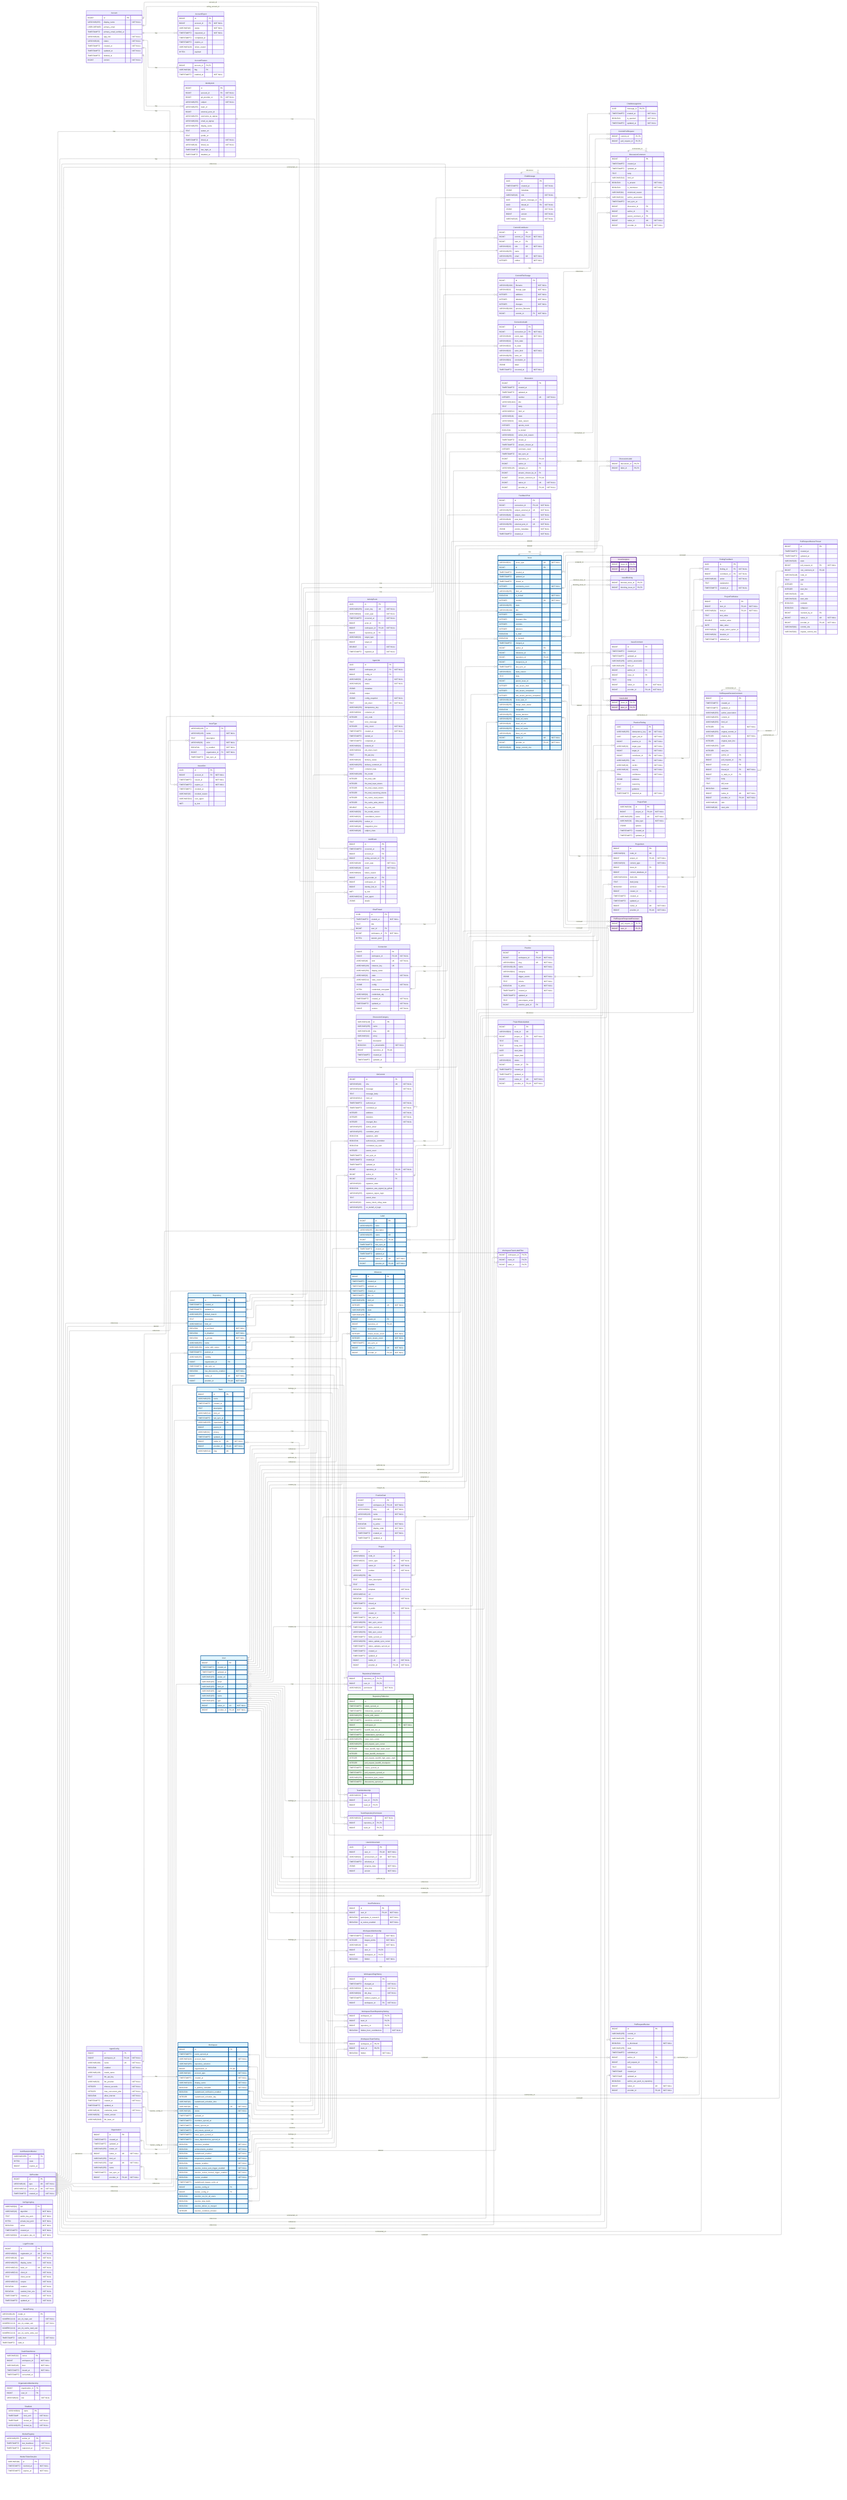
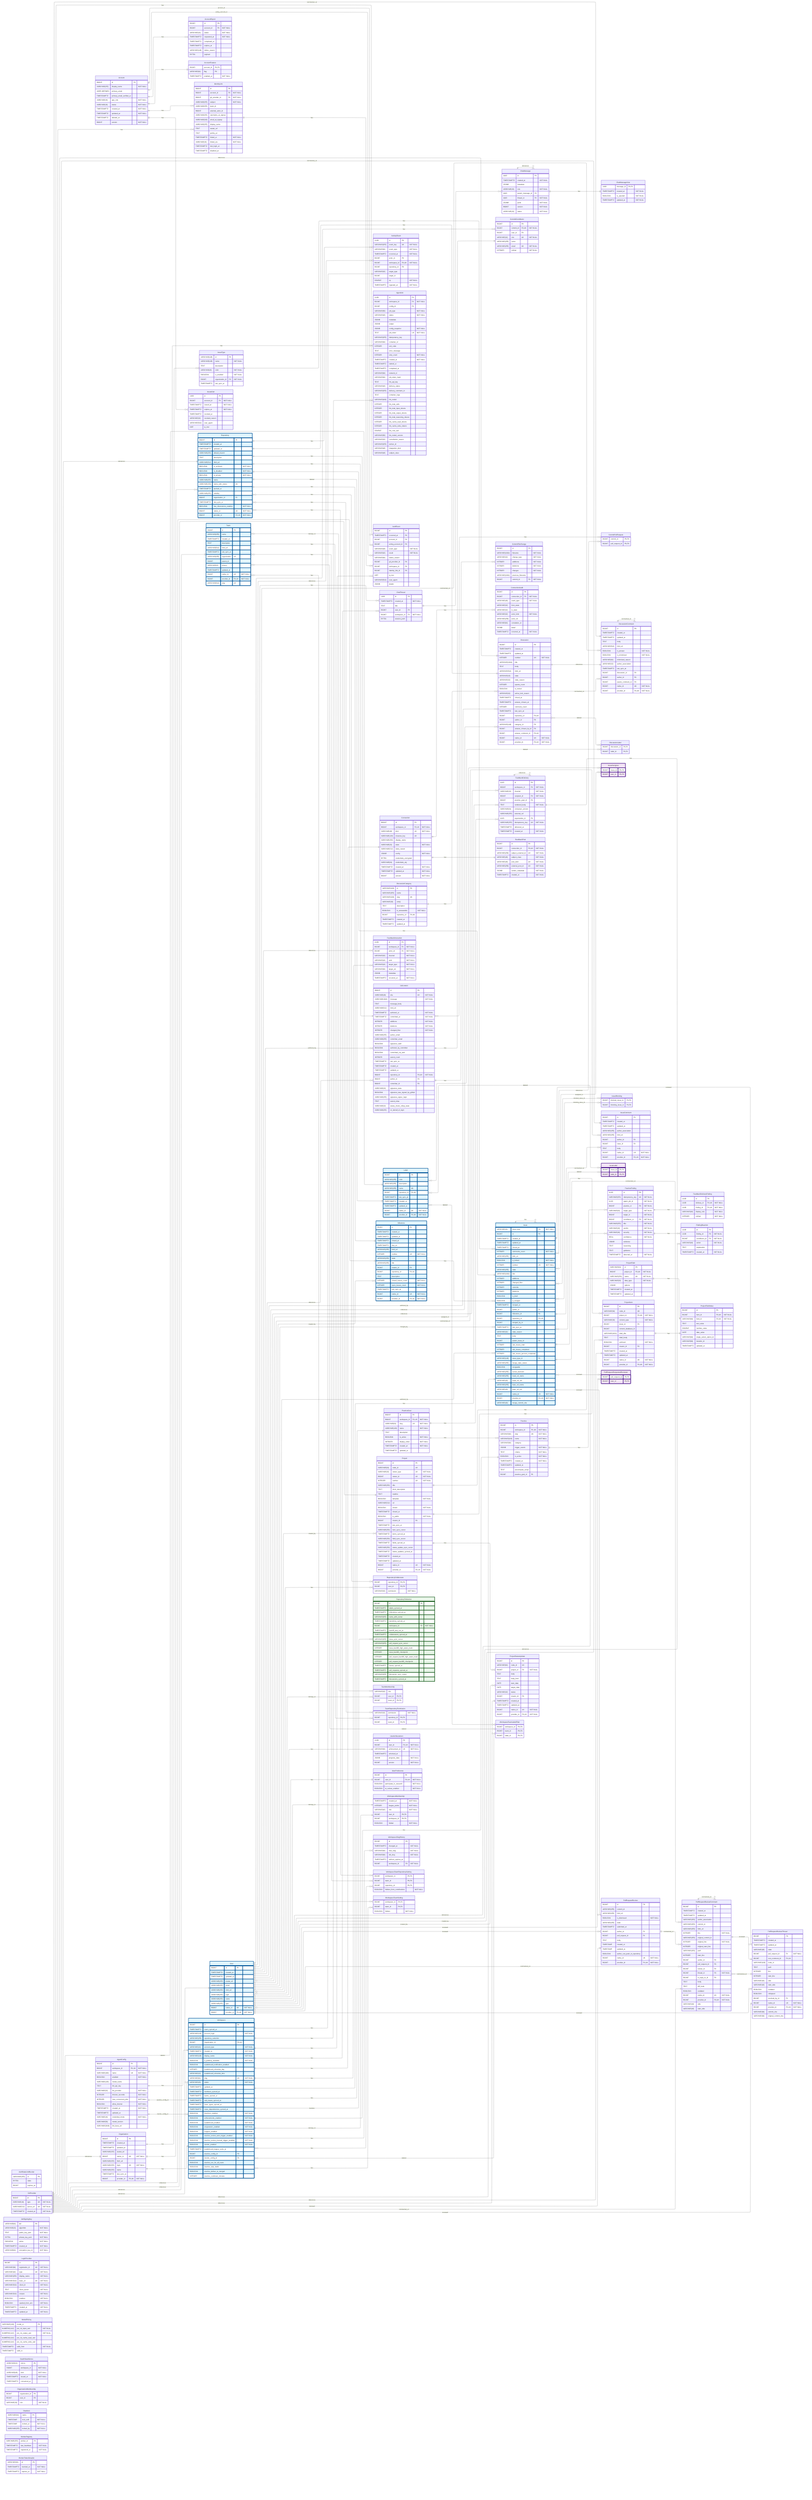
---
config:
    layout: elk
---
erDiagram
    %% Generated automatically from PostgreSQL database schema
    %% using scripts/generate-mermaid-erd.ts
    %% To regenerate: pnpm run db:generate-erd-docs

    direction LR

    Account {
        BIGINT id PK
        VARCHAR(255) display_name "NOT NULL"
        USER-DEFINED primary_email
        TIMESTAMPTZ primary_email_verified_at
        VARCHAR(16) app_role "NOT NULL"
        VARCHAR(16) status "NOT NULL"
        TIMESTAMPTZ created_at "NOT NULL"
        TIMESTAMPTZ updated_at "NOT NULL"
        TIMESTAMPTZ deleted_at
        BIGINT version "NOT NULL"
    }

    AccountExport {
        BIGINT id PK
        BIGINT account_id FK "NOT NULL"
        VARCHAR(16) status "NOT NULL"
        TIMESTAMPTZ requested_at "NOT NULL"
        TIMESTAMPTZ completed_at
        TIMESTAMPTZ expires_at
        VARCHAR(128) failure_reason
        BYTEA payload
    }

    AccountFeature {
        BIGINT account_id PK,FK
        VARCHAR(64) flag PK
        TIMESTAMPTZ enabled_at "NOT NULL"
    }

    ActivityEvent {
        UUID id PK
        VARCHAR(255) event_key UK "NOT NULL"
        VARCHAR(64) event_type "NOT NULL"
        TIMESTAMPTZ occurred_at "NOT NULL"
        BIGINT actor_id FK
        BIGINT workspace_id FK,UK "NOT NULL"
        BIGINT repository_id FK
        VARCHAR(32) target_type
        BIGINT target_id
        DOUBLE xp "NOT NULL"
        TIMESTAMPTZ ingested_at "NOT NULL"
    }

    AgentConfig {
        BIGINT id PK
        BIGINT workspace_id FK,UK "NOT NULL"
        VARCHAR(100) name UK "NOT NULL"
        BOOLEAN enabled "NOT NULL"
        VARCHAR(128) model_name
        TEXT llm_api_key
        VARCHAR(32) llm_provider "NOT NULL"
        INTEGER timeout_seconds "NOT NULL"
        INTEGER max_concurrent_jobs "NOT NULL"
        BOOLEAN allow_internet "NOT NULL"
        TIMESTAMPTZ created_at "NOT NULL"
        TIMESTAMPTZ updated_at
        VARCHAR(16) credential_mode "NOT NULL"
        VARCHAR(50) model_version
        VARCHAR(2048) llm_base_url
    }

    AgentJob {
        UUID id PK
        BIGINT workspace_id FK "NOT NULL"
        BIGINT config_id FK
        VARCHAR(50) job_type "NOT NULL"
        VARCHAR(20) status "NOT NULL"
        JSONB metadata
        JSONB output
        JSONB config_snapshot "NOT NULL"
        TEXT job_token UK "NOT NULL"
        VARCHAR(255) idempotency_key
        VARCHAR(64) container_id
        INTEGER exit_code
        TEXT error_message
        INTEGER retry_count "NOT NULL"
        TIMESTAMPTZ created_at "NOT NULL"
        TIMESTAMPTZ started_at
        TIMESTAMPTZ completed_at
        VARCHAR(64) network_id
        VARCHAR(64) job_token_hash
        TEXT llm_api_key
        VARCHAR(20) delivery_status
        VARCHAR(255) delivery_comment_id
        TEXT container_logs
        VARCHAR(100) llm_model
        INTEGER llm_total_calls
        INTEGER llm_total_input_tokens
        INTEGER llm_total_output_tokens
        INTEGER llm_total_reasoning_tokens
        INTEGER llm_cache_read_tokens
        INTEGER llm_cache_write_tokens
        DOUBLE llm_cost_usd
        VARCHAR(50) llm_model_version
        VARCHAR(32) cancellation_reason
        VARCHAR(255) worker_id
        VARCHAR(48) integration_kind
        VARCHAR(48) subject_class
    }

    AuthEvent {
        BIGINT id PK
        TIMESTAMPTZ occurred_at PK
        BIGINT account_id FK
        BIGINT acting_account_id FK
        VARCHAR(48) event_type "NOT NULL"
        VARCHAR(16) result "NOT NULL"
        VARCHAR(64) failure_reason
        BIGINT git_provider_id FK
        BIGINT workspace_id FK
        BIGINT identity_link_id FK
        INET ip_inet
        VARCHAR(512) user_agent
        JSONB details
    }

    AuthRateLimitBucket {
        VARCHAR(255) id PK
        BYTEA state
        BIGINT expires_at
    }

    ChatMessage {
        UUID id PK
        TIMESTAMPTZ created_at "NOT NULL"
        JSONB metadata
        VARCHAR(16) role "NOT NULL"
        UUID parent_message_id FK
        UUID thread_id FK "NOT NULL"
        JSONB parts "NOT NULL"
        BIGINT version "NOT NULL"
        VARCHAR(16) status "NOT NULL"
    }

    ChatMessageVote {
        UUID message_id PK,FK
        TIMESTAMPTZ created_at "NOT NULL"
        BOOLEAN is_upvoted "NOT NULL"
        TIMESTAMPTZ updated_at "NOT NULL"
    }

    ChatThread {
        UUID id PK
        TIMESTAMPTZ created_at "NOT NULL"
        TEXT title
        BIGINT user_id FK
        BIGINT workspace_id FK "NOT NULL"
        BYTEA session_jsonl
    }

    CommitContributor {
        BIGINT id PK
        BIGINT commit_id FK,UK "NOT NULL"
        BIGINT user_id FK
        VARCHAR(32) role UK "NOT NULL"
        VARCHAR(255) name
        VARCHAR(255) email UK "NOT NULL"
        INTEGER ordinal "NOT NULL"
    }

    CommitFileChange {
        BIGINT id PK
        VARCHAR(1024) filename "NOT NULL"
        VARCHAR(32) change_type "NOT NULL"
        INTEGER additions "NOT NULL"
        INTEGER deletions "NOT NULL"
        INTEGER changes "NOT NULL"
        VARCHAR(1024) previous_filename
        BIGINT commit_id FK "NOT NULL"
    }

    CommitPullRequest {
        BIGINT commit_id PK,FK
        BIGINT pull_request_id PK,FK
    }

    Connection {
        BIGINT id PK
        BIGINT workspace_id FK,UK "NOT NULL"
        VARCHAR(48) kind UK "NOT NULL"
        VARCHAR(128) instance_key UK
        VARCHAR(256) display_name
        VARCHAR(32) state "NOT NULL"
        VARCHAR(512) state_reason
        JSONB config "NOT NULL"
        BYTEA credentials_encrypted
        VARCHAR(64) credentials_alg
        TIMESTAMPTZ created_at "NOT NULL"
        TIMESTAMPTZ updated_at "NOT NULL"
        BIGINT version "NOT NULL"
    }

    ConnectionAudit {
        BIGINT id PK
        BIGINT connection_id FK "NOT NULL"
        VARCHAR(48) event_type "NOT NULL"
        VARCHAR(32) from_state
        VARCHAR(32) to_state
        VARCHAR(32) actor_kind "NOT NULL"
        VARCHAR(256) actor_ref
        VARCHAR(64) correlation_id
        JSONB detail
        TIMESTAMPTZ occurred_at "NOT NULL"
    }

    Discussion {
        BIGINT id PK
        TIMESTAMPTZ created_at
        TIMESTAMPTZ updated_at
        INTEGER number UK "NOT NULL"
        VARCHAR(1024) title
        TEXT body
        VARCHAR(512) html_url
        VARCHAR(16) state
        VARCHAR(32) state_reason
        INTEGER upvote_count
        BOOLEAN is_locked
        VARCHAR(32) active_lock_reason
        TIMESTAMPTZ closed_at
        TIMESTAMPTZ answer_chosen_at
        INTEGER comment_count
        TIMESTAMPTZ last_sync_at
        BIGINT repository_id FK,UK
        BIGINT author_id FK
        VARCHAR(128) category_id FK
        BIGINT answer_chosen_by_id FK
        BIGINT answer_comment_id FK,UK
        BIGINT native_id UK "NOT NULL"
        BIGINT provider_id FK,UK "NOT NULL"
    }

    DiscussionCategory {
        VARCHAR(128) id PK
        VARCHAR(255) name
        VARCHAR(128) slug UK
        VARCHAR(32) emoji
        TEXT description
        BOOLEAN is_answerable "NOT NULL"
        BIGINT repository_id FK,UK
        TIMESTAMPTZ created_at
        TIMESTAMPTZ updated_at
    }

    DiscussionComment {
        BIGINT id PK
        TIMESTAMPTZ created_at
        TIMESTAMPTZ updated_at
        TEXT body
        VARCHAR(512) html_url
        BOOLEAN is_answer "NOT NULL"
        BOOLEAN is_minimized "NOT NULL"
        VARCHAR(64) minimized_reason
        VARCHAR(32) author_association
        TIMESTAMPTZ last_sync_at
        BIGINT discussion_id FK
        BIGINT author_id FK
        BIGINT parent_comment_id FK
        BIGINT native_id UK "NOT NULL"
        BIGINT provider_id FK,UK "NOT NULL"
    }

    DiscussionLabel {
        BIGINT discussion_id PK,FK
        BIGINT label_id PK,FK
    }

+     FeedbackDelivery {
+         UUID id PK
+         BIGINT workspace_id FK "NOT NULL"
+         VARCHAR(32) channel "NOT NULL"
+         BIGINT recipient_id FK "NOT NULL"
+         BIGINT practice_goal_id FK
+         TEXT rendered_body "NOT NULL"
+         VARCHAR(64) composer_version
+         VARCHAR(255) external_ref
+         UUID supersedes_id FK
+         VARCHAR(255) idempotency_key UK "NOT NULL"
+         TIMESTAMPTZ delivered_at
+         TIMESTAMPTZ created_at "NOT NULL"
+     }
+ 
+     FeedbackDeliveryFinding {
+         UUID id PK
+         UUID delivery_id FK,UK "NOT NULL"
+         UUID finding_id FK,UK "NOT NULL"
+         VARCHAR(16) display_role "NOT NULL"
+         INTEGER ordinal "NOT NULL"
+     }
+ 
+     FeedbackInteraction {
+         UUID id PK
+         BIGINT workspace_id FK "NOT NULL"
+         BIGINT actor_id FK "NOT NULL"
+         VARCHAR(32) channel "NOT NULL"
+         VARCHAR(24) verb "NOT NULL"
+         VARCHAR(24) target_type "NOT NULL"
+         VARCHAR(64) target_ref "NOT NULL"
+         JSONB metadata
+         TIMESTAMPTZ occurred_at "NOT NULL"
+     }
+ 
    FeedbackPost {
        BIGINT id PK
        BIGINT connection_id FK,UK "NOT NULL"
        VARCHAR(256) subject_external_id UK "NOT NULL"
        VARCHAR(48) subject_class "NOT NULL"
        VARCHAR(48) post_kind UK "NOT NULL"
        VARCHAR(256) external_post_id UK "NOT NULL"
        JSONB vendor_metadata "NOT NULL"
        TIMESTAMPTZ created_at "NOT NULL"
    }

-     FindingFeedback {
+     FindingReaction {
        UUID id PK
        UUID finding_id FK "NOT NULL"
        BIGINT contributor_id FK "NOT NULL"
        VARCHAR(16) action "NOT NULL"
        TEXT explanation
        TIMESTAMPTZ created_at "NOT NULL"
    }

    GitCommit {
        BIGINT id PK
        VARCHAR(40) sha UK "NOT NULL"
        VARCHAR(1024) message "NOT NULL"
        TEXT message_body
        VARCHAR(512) html_url
        TIMESTAMPTZ authored_at "NOT NULL"
        TIMESTAMPTZ committed_at "NOT NULL"
        INTEGER additions "NOT NULL"
        INTEGER deletions "NOT NULL"
        INTEGER changed_files "NOT NULL"
        VARCHAR(255) author_email
        VARCHAR(255) committer_email
        BOOLEAN signature_valid
        BOOLEAN authored_by_committer
        BOOLEAN committed_via_web
        INTEGER parent_count
        TIMESTAMPTZ last_sync_at
        TIMESTAMPTZ created_at
        TIMESTAMPTZ updated_at
        BIGINT repository_id FK,UK "NOT NULL"
        BIGINT author_id FK
        BIGINT committer_id FK
        VARCHAR(32) signature_state
        BOOLEAN signature_was_signed_by_github
        VARCHAR(255) signature_signer_login
        TEXT parent_shas
        VARCHAR(32) status_check_rollup_state
        VARCHAR(255) on_behalf_of_login
    }

    GitProvider {
        BIGINT id PK
        VARCHAR(10) type UK "NOT NULL"
        VARCHAR(512) server_url UK "NOT NULL"
        TIMESTAMPTZ created_at "NOT NULL"
    }

    IdentityLink {
        BIGINT id PK
        BIGINT account_id FK "NOT NULL"
        BIGINT git_provider_id FK "NOT NULL"
        VARCHAR(255) subject "NOT NULL"
        VARCHAR(255) team_id
        BIGINT external_actor_id
        VARCHAR(255) username_at_signup
        VARCHAR(320) email_at_signup
        VARCHAR(255) display_name
        TEXT avatar_url
        TEXT profile_url
        TIMESTAMPTZ linked_at "NOT NULL"
        VARCHAR(16) linked_via "NOT NULL"
        TIMESTAMPTZ last_login_at
        TIMESTAMPTZ disabled_at
    }

    Issue {
        VARCHAR(31) issue_type UK "NOT NULL"
        BIGINT id PK
        TIMESTAMPTZ created_at
        TIMESTAMPTZ updated_at
        TIMESTAMPTZ closed_at
        INTEGER comments_count "NOT NULL"
        VARCHAR(255) html_url
        BOOLEAN is_locked "NOT NULL"
        INTEGER number UK "NOT NULL"
        VARCHAR(255) state
        VARCHAR(1024) title
        INTEGER additions
        INTEGER changed_files
        INTEGER commits
        INTEGER deletions
        BOOLEAN is_draft
        BOOLEAN is_merged
        TIMESTAMPTZ merged_at
        BIGINT author_id FK
        BIGINT milestone_id FK
        BIGINT repository_id FK,UK
        BIGINT merged_by_id FK
        TIMESTAMPTZ last_sync_at
        VARCHAR(32) state_reason
        TEXT body
        BIGINT parent_issue_id FK
        INTEGER sub_issues_total
        INTEGER sub_issues_completed
        INTEGER sub_issues_percent_completed
        VARCHAR(128) issue_type_id FK
        VARCHAR(255) merge_state_status
        BOOLEAN mergeable
        VARCHAR(255) review_decision
        VARCHAR(255) head_ref_name
        VARCHAR(40) head_ref_oid
        VARCHAR(255) base_ref_name
        VARCHAR(40) base_ref_oid
        BIGINT native_id UK "NOT NULL"
        BIGINT provider_id FK,UK "NOT NULL"
        VARCHAR(40) merge_commit_sha
    }

    IssueAssignee {
        BIGINT issue_id PK,FK
        BIGINT user_id PK,FK
    }

    IssueBlocking {
        BIGINT blocked_issue_id PK,FK
        BIGINT blocking_issue_id PK,FK
    }

    IssueComment {
        BIGINT id PK
        TIMESTAMPTZ created_at
        TIMESTAMPTZ updated_at
        VARCHAR(255) author_association
        VARCHAR(255) html_url
        BIGINT author_id FK
        BIGINT issue_id FK
        TEXT body
        BIGINT native_id UK "NOT NULL"
        BIGINT provider_id FK,UK "NOT NULL"
    }

    IssueLabel {
        BIGINT issue_id PK,FK
        BIGINT label_id PK,FK
    }

    IssueType {
        VARCHAR(128) id PK
        VARCHAR(128) name "NOT NULL"
        TEXT description
        VARCHAR(20) color "NOT NULL"
        BOOLEAN is_enabled "NOT NULL"
        BIGINT organization_id FK "NOT NULL"
        TIMESTAMPTZ last_sync_at
    }

    IssuedJwt {
        UUID jti PK
        BIGINT account_id FK "NOT NULL"
        TIMESTAMPTZ issued_at "NOT NULL"
        TIMESTAMPTZ expires_at "NOT NULL"
        TIMESTAMPTZ revoked_at
        VARCHAR(32) revoked_reason
        VARCHAR(512) user_agent
        INET ip_inet
    }

    JwtSigningKey {
        VARCHAR(64) kid PK
        VARCHAR(16) algorithm "NOT NULL"
        TEXT public_key_pem "NOT NULL"
        BYTEA private_key_pem "NOT NULL"
        BOOLEAN active "NOT NULL"
        TIMESTAMPTZ created_at "NOT NULL"
        VARCHAR(64) encryption_key_id "NOT NULL"
    }

    Label {
        BIGINT id PK
        VARCHAR(255) color
        VARCHAR(255) description
        VARCHAR(255) name UK
        BIGINT repository_id FK,UK
        TIMESTAMPTZ last_sync_at
        TIMESTAMPTZ created_at
        TIMESTAMPTZ updated_at
        BIGINT native_id UK "NOT NULL"
        BIGINT provider_id FK,UK "NOT NULL"
    }

    LoginProvider {
        BIGINT id PK
        VARCHAR(64) registration_id UK "NOT NULL"
        VARCHAR(10) type UK "NOT NULL"
        VARCHAR(255) display_name "NOT NULL"
        VARCHAR(512) base_url UK "NOT NULL"
        VARCHAR(512) client_id "NOT NULL"
        TEXT client_secret "NOT NULL"
        VARCHAR(512) scopes "NOT NULL"
        BOOLEAN enabled "NOT NULL"
        BOOLEAN seeded_from_env "NOT NULL"
        TIMESTAMPTZ created_at "NOT NULL"
        TIMESTAMPTZ updated_at "NOT NULL"
    }

    Milestone {
        BIGINT id PK
        TIMESTAMPTZ created_at
        TIMESTAMPTZ updated_at
        TIMESTAMPTZ closed_at
        TIMESTAMPTZ due_on
        VARCHAR(255) html_url
        INTEGER number UK "NOT NULL"
        VARCHAR(255) state
        VARCHAR(255) title
        BIGINT creator_id FK
        BIGINT repository_id FK,UK
        TEXT description
        INTEGER closed_issues_count "NOT NULL"
        INTEGER open_issues_count "NOT NULL"
        TIMESTAMPTZ last_sync_at
        BIGINT native_id UK "NOT NULL"
        BIGINT provider_id FK,UK "NOT NULL"
    }

    ModelPricing {
        VARCHAR(128) model_id PK
        NUMERIC(12,6) per_1k_input_usd "NOT NULL"
        NUMERIC(12,6) per_1k_output_usd "NOT NULL"
        NUMERIC(12,6) per_1k_cache_read_usd
        NUMERIC(12,6) per_1k_cache_write_usd
        TIMESTAMPTZ valid_from "NOT NULL"
        TIMESTAMPTZ valid_to
    }

    OauthStateNonce {
        VARCHAR(32) nonce PK
        BIGINT workspace_id "NOT NULL"
        VARCHAR(48) kind "NOT NULL"
        TIMESTAMPTZ issued_at "NOT NULL"
        TIMESTAMPTZ consumed_at
    }

    Organization {
        BIGINT id PK
        TIMESTAMPTZ created_at
        TIMESTAMPTZ updated_at
        VARCHAR(255) avatar_url
        BIGINT native_id UK "NOT NULL"
        VARCHAR(255) html_url
        VARCHAR(255) login UK "NOT NULL"
        VARCHAR(255) name
        TIMESTAMPTZ last_sync_at
        BIGINT provider_id FK,UK "NOT NULL"
    }

    OrganizationMembership {
        BIGINT organization_id PK
        BIGINT user_id PK
        VARCHAR(32) role "NOT NULL"
    }

    Practice {
        BIGINT id PK
        BIGINT workspace_id FK,UK "NOT NULL"
        VARCHAR(64) slug UK "NOT NULL"
        VARCHAR(128) name "NOT NULL"
        VARCHAR(64) category
        JSONB trigger_events "NOT NULL"
        TEXT criteria "NOT NULL"
        BOOLEAN is_active "NOT NULL"
        TIMESTAMPTZ created_at "NOT NULL"
        TIMESTAMPTZ updated_at
        TEXT precompute_script
        BIGINT practice_goal_id FK
    }

    PracticeFinding {
        UUID id PK
        VARCHAR(255) idempotency_key UK "NOT NULL"
        UUID agent_job_id "NOT NULL"
        BIGINT practice_id FK "NOT NULL"
        VARCHAR(32) target_type "NOT NULL"
        BIGINT target_id "NOT NULL"
        BIGINT contributor_id FK "NOT NULL"
        VARCHAR(255) title "NOT NULL"
        VARCHAR(16) verdict "NOT NULL"
        VARCHAR(16) severity "NOT NULL"
        REAL confidence "NOT NULL"
        JSONB evidence
        TEXT reasoning
        TEXT guidance
        TIMESTAMPTZ detected_at "NOT NULL"
    }

    PracticeGoal {
        BIGINT id PK
        BIGINT workspace_id FK,UK "NOT NULL"
        VARCHAR(64) slug UK "NOT NULL"
        VARCHAR(128) name "NOT NULL"
        TEXT description
        BOOLEAN is_active "NOT NULL"
        INTEGER display_order "NOT NULL"
        TIMESTAMPTZ created_at "NOT NULL"
        TIMESTAMPTZ updated_at
    }

    Project {
        BIGINT id PK
        VARCHAR(64) node_id UK
        VARCHAR(32) owner_type UK "NOT NULL"
        BIGINT owner_id UK "NOT NULL"
        INTEGER number UK "NOT NULL"
        VARCHAR(256) title
        TEXT short_description
        TEXT readme
        BOOLEAN template "NOT NULL"
        VARCHAR(512) url
        BOOLEAN closed "NOT NULL"
        TIMESTAMPTZ closed_at
        BOOLEAN is_public "NOT NULL"
        BIGINT creator_id FK
        TIMESTAMPTZ last_sync_at
        VARCHAR(256) item_sync_cursor
        TIMESTAMPTZ items_synced_at
        VARCHAR(256) field_sync_cursor
        TIMESTAMPTZ fields_synced_at
        VARCHAR(256) status_update_sync_cursor
        TIMESTAMPTZ status_updates_synced_at
        TIMESTAMPTZ created_at
        TIMESTAMPTZ updated_at
        BIGINT native_id UK "NOT NULL"
        BIGINT provider_id FK,UK "NOT NULL"
    }

    ProjectField {
        VARCHAR(64) id PK
        BIGINT project_id FK,UK "NOT NULL"
        VARCHAR(256) name UK "NOT NULL"
        VARCHAR(32) data_type "NOT NULL"
        JSONB options
        TIMESTAMPTZ created_at
        TIMESTAMPTZ updated_at
    }

    ProjectFieldValue {
        BIGINT id PK
        BIGINT item_id FK,UK "NOT NULL"
        VARCHAR(64) field_id FK,UK "NOT NULL"
        TEXT text_value
        DOUBLE number_value
        DATE date_value
        VARCHAR(64) single_select_option_id
        VARCHAR(64) iteration_id
        TIMESTAMPTZ updated_at
    }

    ProjectItem {
        BIGINT id PK
        VARCHAR(64) node_id UK
        BIGINT project_id FK,UK "NOT NULL"
        VARCHAR(32) content_type "NOT NULL"
        BIGINT issue_id FK
        BIGINT content_database_id
        VARCHAR(1024) draft_title
        TEXT draft_body
        BOOLEAN archived "NOT NULL"
        BIGINT creator_id FK
        TIMESTAMPTZ created_at
        TIMESTAMPTZ updated_at
        BIGINT native_id UK "NOT NULL"
        BIGINT provider_id FK,UK "NOT NULL"
    }

    ProjectStatusUpdate {
        BIGINT id PK
        VARCHAR(64) node_id UK
        BIGINT project_id FK "NOT NULL"
        TEXT body
        TEXT body_html
        DATE start_date
        DATE target_date
        VARCHAR(32) status
        BIGINT creator_id FK
        TIMESTAMPTZ created_at
        TIMESTAMPTZ updated_at
        BIGINT native_id UK "NOT NULL"
        BIGINT provider_id FK,UK "NOT NULL"
    }

    PullRequestRequestedReviewer {
        BIGINT pull_request_id PK,FK
        BIGINT user_id PK,FK
    }

    PullRequestReview {
        BIGINT id PK
        VARCHAR(255) commit_id
        VARCHAR(255) html_url
        BOOLEAN is_dismissed "NOT NULL"
        VARCHAR(255) state
        TIMESTAMPTZ submitted_at
        BIGINT author_id FK
        BIGINT pull_request_id FK
        TEXT body
        TIMESTAMP created_at
        TIMESTAMP updated_at
        BOOLEAN author_can_push_to_repository
        BIGINT native_id UK "NOT NULL"
        BIGINT provider_id FK,UK "NOT NULL"
    }

    PullRequestReviewComment {
        BIGINT id PK
        TIMESTAMPTZ created_at
        TIMESTAMPTZ updated_at
        VARCHAR(255) author_association
        VARCHAR(255) commit_id
        VARCHAR(255) html_url
        INTEGER line "NOT NULL"
        VARCHAR(255) original_commit_id
        INTEGER original_line "NOT NULL"
        INTEGER original_start_line
        VARCHAR(255) path
        INTEGER start_line
        BIGINT author_id FK
        BIGINT pull_request_id FK
        BIGINT review_id FK
        BIGINT thread_id FK "NOT NULL"
        BIGINT in_reply_to_id FK
        TEXT body
        TEXT diff_hunk
        BOOLEAN outdated
        BIGINT native_id UK "NOT NULL"
        BIGINT provider_id FK,UK "NOT NULL"
        VARCHAR(16) side
        VARCHAR(16) start_side
    }

    PullRequestReviewThread {
        BIGINT id PK
        TIMESTAMPTZ created_at
        TIMESTAMPTZ updated_at
        VARCHAR(20) state
        BIGINT pull_request_id FK "NOT NULL"
        BIGINT root_comment_id FK,UK
        VARCHAR(128) node_id
        TEXT path
        INTEGER line
        INTEGER start_line
        VARCHAR(16) side
        VARCHAR(16) start_side
        BOOLEAN outdated
        BOOLEAN collapsed
        BIGINT resolved_by_id FK
        BIGINT native_id UK "NOT NULL"
        BIGINT provider_id FK,UK "NOT NULL"
        VARCHAR(64) commit_sha
        VARCHAR(64) original_commit_sha
    }

    Repository {
        BIGINT id PK
        TIMESTAMPTZ created_at
        TIMESTAMPTZ updated_at
        VARCHAR(255) default_branch
        TEXT description
        VARCHAR(512) html_url
        BOOLEAN is_archived "NOT NULL"
        BOOLEAN is_disabled "NOT NULL"
        BOOLEAN is_private "NOT NULL"
        VARCHAR(255) name
        VARCHAR(150) name_with_owner UK
        TIMESTAMPTZ pushed_at
        VARCHAR(255) visibility
        BIGINT organization_id FK
        TIMESTAMPTZ last_sync_at
        BOOLEAN has_discussions_enabled "NOT NULL"
        BIGINT native_id UK "NOT NULL"
        BIGINT provider_id FK,UK "NOT NULL"
    }

    RepositoryCollaborator {
        BIGINT repository_id PK,FK
        BIGINT user_id PK,FK
        VARCHAR(32) permission "NOT NULL"
    }

    RepositoryToMonitor {
        BIGINT id PK
        TIMESTAMPTZ labels_synced_at
        TIMESTAMPTZ milestones_synced_at
        VARCHAR(255) name_with_owner
        TIMESTAMPTZ repository_synced_at
        BIGINT workspace_id FK "NOT NULL"
        TIMESTAMPTZ backfill_last_run_at
        TIMESTAMPTZ collaborators_synced_at
        VARCHAR(255) issue_sync_cursor
        VARCHAR(255) pull_request_sync_cursor
        INTEGER issue_backfill_high_water_mark
        INTEGER issue_backfill_checkpoint
        INTEGER pull_request_backfill_high_water_mark
        INTEGER pull_request_backfill_checkpoint
        TIMESTAMPTZ issues_synced_at
        TIMESTAMPTZ pull_requests_synced_at
        VARCHAR(255) discussion_sync_cursor
        TIMESTAMPTZ discussions_synced_at
    }

    Shedlock {
        VARCHAR(64) name PK
        TIMESTAMP lock_until "NOT NULL"
        TIMESTAMP locked_at "NOT NULL"
        VARCHAR(255) locked_by "NOT NULL"
    }

    Team {
        BIGINT id PK
        VARCHAR(255) name
        TIMESTAMPTZ created_at
        TEXT description
        VARCHAR(512) html_url
        TIMESTAMPTZ last_sync_at
        VARCHAR(255) organization UK
        BIGINT parent_id
        VARCHAR(32) privacy
        TIMESTAMPTZ updated_at
        BIGINT native_id UK "NOT NULL"
        BIGINT provider_id FK,UK "NOT NULL"
        VARCHAR(512) slug UK
    }

    TeamMembership {
        VARCHAR(32) role
        BIGINT user_id PK,FK
        BIGINT team_id PK,FK
    }

    TeamRepositoryPermission {
        VARCHAR(32) permission "NOT NULL"
        BIGINT repository_id PK,FK
        BIGINT team_id PK,FK
    }

    User {
        BIGINT id PK
        TIMESTAMPTZ created_at
        TIMESTAMPTZ updated_at
        VARCHAR(255) avatar_url
        VARCHAR(255) email
        VARCHAR(255) html_url
        VARCHAR(255) login
        VARCHAR(255) name
        VARCHAR(255) type
        BIGINT native_id UK "NOT NULL"
        BIGINT provider_id FK,UK "NOT NULL"
    }

    UserAchievement {
        UUID id PK
        BIGINT user_id FK,UK "NOT NULL"
        VARCHAR(64) achievement_id UK "NOT NULL"
        TIMESTAMPTZ unlocked_at
        JSONB progress_data "NOT NULL"
        BIGINT version "NOT NULL"
    }

    UserPreference {
        BIGINT id PK
        BIGINT user_id FK,UK "NOT NULL"
        BOOLEAN participate_in_research "NOT NULL"
        BOOLEAN ai_review_enabled "NOT NULL"
    }

    WorkerRegistry {
        VARCHAR(255) worker_id PK
        TIMESTAMPTZ last_heartbeat "NOT NULL"
        TIMESTAMPTZ registered_at "NOT NULL"
    }

    WorkerTokenDenylist {
        VARCHAR(64) jti PK
        TIMESTAMPTZ revoked_at "NOT NULL"
        TIMESTAMPTZ expires_at "NOT NULL"
    }

    Workspace {
        BIGINT id PK
        TIMESTAMPTZ users_synced_at
        VARCHAR(120) account_login "NOT NULL"
        VARCHAR(255) repository_selection
        BIGINT organization_id FK,UK
        VARCHAR(10) account_type "NOT NULL"
        TIMESTAMPTZ created_at "NOT NULL"
        VARCHAR(120) display_name "NOT NULL"
        BOOLEAN is_publicly_viewable "NOT NULL"
        BOOLEAN leaderboard_notification_enabled
        INTEGER leaderboard_schedule_day
        VARCHAR(10) leaderboard_schedule_time
        VARCHAR(64) slug UK "NOT NULL"
        VARCHAR(20) status "NOT NULL"
        TIMESTAMPTZ updated_at
        TIMESTAMPTZ members_synced_at
        TIMESTAMPTZ teams_synced_at
        TIMESTAMPTZ sub_issues_synced_at
        TIMESTAMPTZ issue_types_synced_at
        TIMESTAMPTZ issue_dependencies_synced_at
        BOOLEAN practices_enabled "NOT NULL"
        BOOLEAN achievements_enabled "NOT NULL"
        BOOLEAN leaderboard_enabled "NOT NULL"
        BOOLEAN progression_enabled "NOT NULL"
        BOOLEAN leagues_enabled "NOT NULL"
        BOOLEAN practice_review_auto_trigger_enabled "NOT NULL"
        BOOLEAN practice_review_manual_trigger_enabled "NOT NULL"
        BOOLEAN mentor_enabled "NOT NULL"
        TIMESTAMPTZ leaderboard_league_cycle_at
        BIGINT practice_config_id FK
        BIGINT mentor_config_id FK
        BOOLEAN practice_run_for_all_users
        BOOLEAN practice_skip_drafts
        BOOLEAN practice_deliver_to_merged
        INTEGER practice_cooldown_minutes
    }

    WorkspaceMembership {
        TIMESTAMPTZ created_at "NOT NULL"
        INTEGER league_points "NOT NULL"
        VARCHAR(16) role "NOT NULL"
        BIGINT user_id PK,FK
        BIGINT workspace_id PK,FK
        BOOLEAN hidden "NOT NULL"
    }

    WorkspaceSlugHistory {
        BIGINT id PK
        TIMESTAMPTZ changed_at "NOT NULL"
        VARCHAR(64) new_slug "NOT NULL"
        VARCHAR(64) old_slug "NOT NULL"
        TIMESTAMPTZ redirect_expires_at
        BIGINT workspace_id FK "NOT NULL"
    }

    WorkspaceTeamLabelFilter {
        BIGINT workspace_id PK,FK
        BIGINT team_id PK,FK
        BIGINT label_id PK,FK
    }

    WorkspaceTeamRepositorySetting {
        BIGINT workspace_id PK,FK
        BIGINT team_id PK,FK
        BIGINT repository_id PK,FK
        BOOLEAN hidden_from_contributions "NOT NULL"
    }

    WorkspaceTeamSetting {
        BIGINT workspace_id PK,FK
        BIGINT team_id PK,FK
        BOOLEAN hidden "NOT NULL"
    }

    %% Relationships
    %% One-to-One relationships
    Account ||--|| AccountFeature : has
    Workspace ||--|| ActivityEvent : has
    Workspace ||--|| AgentConfig : has
    ChatMessage ||--|| ChatMessageVote : has
    GitCommit ||--|| CommitContributor : has
    Workspace ||--|| Connection : has
    Repository ||--|| Discussion : has
    DiscussionComment ||--|| Discussion : references
    GitProvider ||--|| Discussion : references
    Repository ||--|| DiscussionCategory : has
    GitProvider ||--|| DiscussionComment : commented_on
+     FeedbackDelivery ||--|| FeedbackDeliveryFinding : has
+     PracticeFinding ||--|| FeedbackDeliveryFinding : has
    Connection ||--|| FeedbackPost : has
    Repository ||--|| GitCommit : has
    Repository ||--|| Issue : has
    GitProvider ||--|| Issue : references
    GitProvider ||--|| IssueComment : commented_on
    Repository ||--|| Label : labeled
    GitProvider ||--|| Label : labeled
    Repository ||--|| Milestone : has
    GitProvider ||--|| Milestone : references
    GitProvider ||--|| Organization : references
    Workspace ||--|| Practice : has
    Workspace ||--|| PracticeGoal : has
    GitProvider ||--|| Project : references
    Project ||--|| ProjectField : has
    ProjectItem ||--|| ProjectFieldValue : has
    ProjectField ||--|| ProjectFieldValue : has
    Project ||--|| ProjectItem : has
    GitProvider ||--|| ProjectItem : references
    GitProvider ||--|| ProjectStatusUpdate : references
    GitProvider ||--|| PullRequestReview : reviewed
    GitProvider ||--|| PullRequestReviewComment : commented_on
    PullRequestReviewComment ||--|| PullRequestReviewThread : reviewed
    GitProvider ||--|| PullRequestReviewThread : reviewed
    GitProvider ||--|| Repository : references
    GitProvider ||--|| Team : references
    GitProvider ||--|| User : references
    User ||--|| UserAchievement : has
    User ||--|| UserPreference : has
    Organization ||--|| Workspace : has
    User ||--|| WorkspaceMembership : belongs_to
    Workspace ||--|| WorkspaceMembership : belongs_to

    %% One-to-Many relationships
    Account ||--o{ AccountExport : has
    User ||--o{ ActivityEvent : references
    Repository ||--o{ ActivityEvent : has
    Workspace ||--o{ AgentJob : has
    AgentConfig ||--o{ AgentJob : has
    Account ||--o{ AuthEvent : account_id
    Account ||--o{ AuthEvent : acting_account_id
    GitProvider ||--o{ AuthEvent : has
    Workspace ||--o{ AuthEvent : has
    IdentityLink ||--o{ AuthEvent : has
    ChatMessage ||--o{ ChatMessage : references
    ChatThread ||--o{ ChatMessage : has
    User ||--o{ ChatThread : has
    Workspace ||--o{ ChatThread : has
    User ||--o{ CommitContributor : has
    GitCommit ||--o{ CommitFileChange : has
    Connection ||--o{ ConnectionAudit : has
    User ||--o{ Discussion : authored_by
    DiscussionCategory ||--o{ Discussion : has
    User ||--o{ Discussion : references
    Discussion ||--o{ DiscussionComment : commented_on
    User ||--o{ DiscussionComment : commented_on
    DiscussionComment ||--o{ DiscussionComment : commented_on
-     PracticeFinding ||--o{ FindingFeedback : has
-     User ||--o{ FindingFeedback : references
+     Workspace ||--o{ FeedbackDelivery : has
+     User ||--o{ FeedbackDelivery : references
+     PracticeGoal ||--o{ FeedbackDelivery : has
+     FeedbackDelivery ||--o{ FeedbackDelivery : references
+     Workspace ||--o{ FeedbackInteraction : has
+     User ||--o{ FeedbackInteraction : references
+     PracticeFinding ||--o{ FindingReaction : has
+     User ||--o{ FindingReaction : references
    User ||--o{ GitCommit : authored_by
    User ||--o{ GitCommit : references
    Account ||--o{ IdentityLink : has
    GitProvider ||--o{ IdentityLink : has
    User ||--o{ Issue : authored_by
    Milestone ||--o{ Issue : has
    User ||--o{ Issue : merged_by
    Issue ||--o{ Issue : has
    IssueType ||--o{ Issue : has
    User ||--o{ IssueComment : commented_on
    Issue ||--o{ IssueComment : commented_on
    Organization ||--o{ IssueType : has
    Account ||--o{ IssuedJwt : has
    User ||--o{ Milestone : created_by
    PracticeGoal ||--o{ Practice : has
    Practice ||--o{ PracticeFinding : has
    User ||--o{ PracticeFinding : references
    User ||--o{ Project : created_by
    Issue ||--o{ ProjectItem : has
    User ||--o{ ProjectItem : created_by
    Project ||--o{ ProjectStatusUpdate : has
    User ||--o{ ProjectStatusUpdate : created_by
    User ||--o{ PullRequestReview : reviewed
    Issue ||--o{ PullRequestReview : reviewed
    User ||--o{ PullRequestReviewComment : commented_on
    Issue ||--o{ PullRequestReviewComment : commented_on
    PullRequestReview ||--o{ PullRequestReviewComment : commented_on
    PullRequestReviewThread ||--o{ PullRequestReviewComment : commented_on
    PullRequestReviewComment ||--o{ PullRequestReviewComment : commented_on
    Issue ||--o{ PullRequestReviewThread : reviewed
    User ||--o{ PullRequestReviewThread : reviewed
    Organization ||--o{ Repository : has
    Workspace ||--o{ RepositoryToMonitor : monitors
    AgentConfig ||--o{ Workspace : practice_config_id
    AgentConfig ||--o{ Workspace : mentor_config_id
    Workspace ||--o{ WorkspaceSlugHistory : has

    %% Many-to-Many relationships
    GitCommit }o--o{ CommitPullRequest : has
    Issue }o--o{ CommitPullRequest : references
    Discussion }o--o{ DiscussionLabel : labeled
    Label }o--o{ DiscussionLabel : labeled
    Issue }o--o{ IssueAssignee : assigned_to
    User }o--o{ IssueAssignee : assigned_to
    Issue }o--o{ IssueBlocking : blocked_issue_id
    Issue }o--o{ IssueBlocking : blocking_issue_id
    Issue }o--o{ IssueLabel : labeled
    Label }o--o{ IssueLabel : labeled
    Issue }o--o{ PullRequestRequestedReviewer : reviewed
    User }o--o{ PullRequestRequestedReviewer : reviewed
    Repository }o--o{ RepositoryCollaborator : has
    User }o--o{ RepositoryCollaborator : has
    User }o--o{ TeamMembership : belongs_to
    Team }o--o{ TeamMembership : belongs_to
    Repository }o--o{ TeamRepositoryPermission : has
    Team }o--o{ TeamRepositoryPermission : has
    Workspace }o--o{ WorkspaceTeamLabelFilter : labeled
    Team }o--o{ WorkspaceTeamLabelFilter : labeled
    Label }o--o{ WorkspaceTeamLabelFilter : labeled
    Workspace }o--o{ WorkspaceTeamRepositorySetting : has
    Team }o--o{ WorkspaceTeamRepositorySetting : has
    Repository }o--o{ WorkspaceTeamRepositorySetting : has
    Workspace }o--o{ WorkspaceTeamSetting : has
    Team }o--o{ WorkspaceTeamSetting : has

    %% Styling
    classDef primaryEntity fill:#e1f5fe,stroke:#01579b,stroke-width:2px
    classDef associationEntity fill:#f3e5f5,stroke:#4a148c,stroke-width:2px
    classDef metadataEntity fill:#e8f5e8,stroke:#1b5e20,stroke-width:2px

    class Issue primaryEntity
    class IssueAssignee associationEntity
    class IssueLabel associationEntity
    class Label primaryEntity
    class Milestone primaryEntity
    class PullRequestRequestedReviewer associationEntity
    class Repository primaryEntity
    class RepositoryToMonitor metadataEntity
    class Team primaryEntity
    class User primaryEntity
    class Workspace primaryEntity
